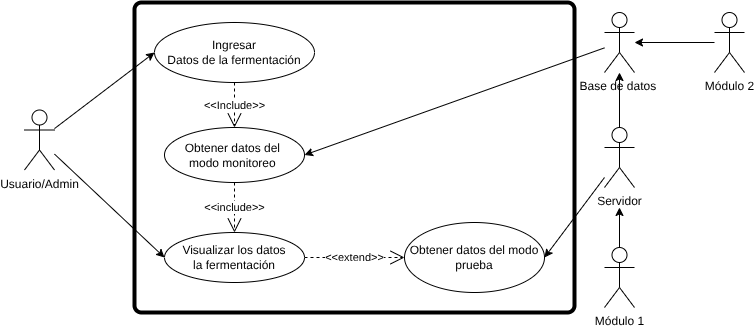
miicxitl-kin/Proyecto-Terminal-1-y-2 keeps this draw.io diagram as UML/Modulo1/RF09.drawio.png. Above is the earlier version. Source tidied: cells renumbered, new cells last; positions are measured from the earlier drawing's top-left corner, leaving out a move shared by most shapes.
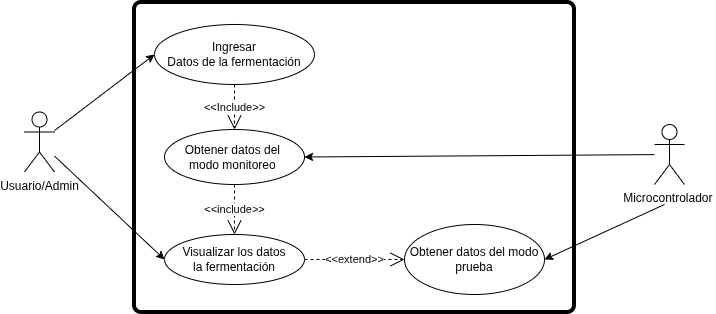
The same diagram one commit later.

What changed in the source:
```diff
@@ -20,27 +20,12 @@
     <mxCell id="7" style="edgeStyle=none;html=1;entryX=1;entryY=0.5;entryDx=0;entryDy=0;" parent="1" edge="1" source="21" target="5">
       <mxGeometry relative="1" as="geometry" />
     </mxCell>
-    <mxCell id="8" style="edgeStyle=none;html=1;entryX=1;entryY=0.5;entryDx=0;entryDy=0;" parent="1" edge="1" source="10" target="15">
-      <mxGeometry relative="1" as="geometry" />
-    </mxCell>
-    <mxCell id="9" style="edgeStyle=none;html=1;" parent="1" edge="1" source="10" target="21">
-      <mxGeometry relative="1" as="geometry" />
-    </mxCell>
-    <mxCell id="10" value="Servidor" style="shape=umlActor;verticalLabelPosition=bottom;verticalAlign=top;html=1;" parent="1" vertex="1">
-      <mxGeometry x="580" y="125" width="30" height="60" as="geometry" />
-    </mxCell>
     <mxCell id="11" style="rounded=1;whiteSpace=wrap;html=1;absoluteArcSize=1;arcSize=14;strokeWidth=4;strokeColor=default;fillColor=none;" parent="1" vertex="1">
-      <mxGeometry x="110" width="440" height="310" as="geometry" />
+      <mxGeometry x="110" y="-2" width="440" height="310" as="geometry" />
     </mxCell>
     <mxCell id="12" value="&amp;lt;&amp;lt;Include&amp;gt;&amp;gt;" style="endArrow=open;endSize=12;dashed=1;html=1;entryX=0.5;entryY=0;entryDx=0;entryDy=0;" parent="1" edge="1" source="16" target="5">
       <mxGeometry relative="1" as="geometry" />
     </mxCell>
-    <mxCell id="13" value="Módulo 1" style="shape=umlActor;verticalLabelPosition=bottom;verticalAlign=top;html=1;" parent="1" vertex="1">
-      <mxGeometry x="580" y="245" width="30" height="60" as="geometry" />
-    </mxCell>
-    <mxCell id="14" style="edgeStyle=none;html=1;entryX=0.5;entryY=1.333;entryDx=0;entryDy=0;entryPerimeter=0;" parent="1" edge="1" source="13" target="10">
-      <mxGeometry relative="1" as="geometry" />
-    </mxCell>
     <mxCell id="15" value="Obtener datos del modo prueba" style="ellipse;whiteSpace=wrap;html=1;" parent="1" vertex="1">
       <mxGeometry x="380" y="220" width="140" height="70" as="geometry" />
     </mxCell>
@@ -53,14 +38,13 @@
     <mxCell id="18" value="&amp;lt;&amp;lt;include&amp;gt;&amp;gt;" style="endArrow=open;endSize=12;dashed=1;html=1;exitX=0.5;exitY=1;exitDx=0;exitDy=0;entryX=0.5;entryY=0;entryDx=0;entryDy=0;" parent="1" edge="1" source="5" target="6">
       <mxGeometry relative="1" as="geometry" />
     </mxCell>
-    <mxCell id="19" style="edgeStyle=none;html=1;" parent="1" edge="1" source="20" target="21">
-      <mxGeometry relative="1" as="geometry" />
-    </mxCell>
-    <mxCell id="20" value="Módulo 2" style="shape=umlActor;verticalLabelPosition=bottom;verticalAlign=top;html=1;" parent="1" vertex="1">
-      <mxGeometry x="690" y="10" width="30" height="60" as="geometry" />
-    </mxCell>
-    <mxCell id="21" value="Base de datos&amp;nbsp;" style="shape=umlActor;verticalLabelPosition=bottom;verticalAlign=top;html=1;" parent="1" vertex="1">
-      <mxGeometry x="580" y="10" width="30" height="60" as="geometry" />
+    <mxCell id="21" value="Microcontrolador&amp;nbsp;" style="shape=umlActor;verticalLabelPosition=bottom;verticalAlign=top;html=1;" parent="1" vertex="1">
+      <mxGeometry x="630" y="120" width="30" height="60" as="geometry" />
     </mxCell>
+    <mxCell id="22" style="edgeStyle=none;html=1;entryX=1;entryY=0.5;entryDx=0;entryDy=0;" parent="1" edge="1" target="15">
+      <mxGeometry relative="1" as="geometry">
+        <mxPoint x="640" y="200" as="sourcePoint" />
+      </mxGeometry>
+    </mxCell>
   </root>
 </mxGraphModel>
```
